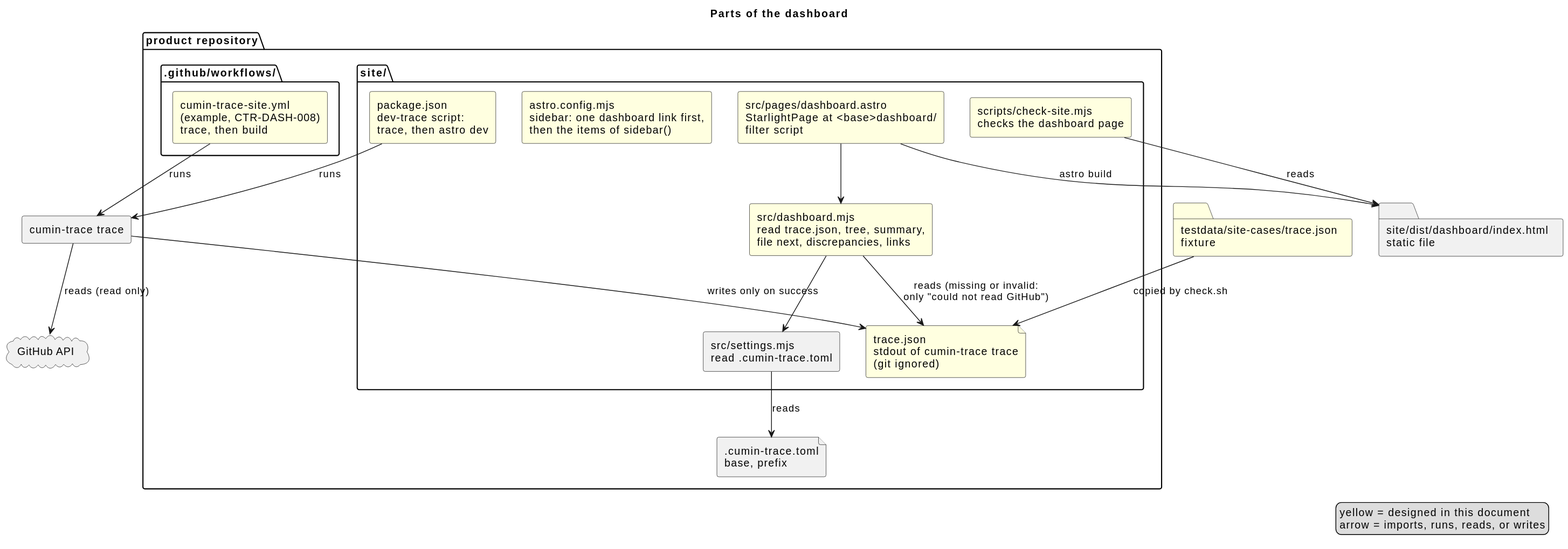
The PlantUML diagram docs/ja/designs/dashboard/dashboard-packages.svg in cloveclovedev/cumin-trace, before a commit.
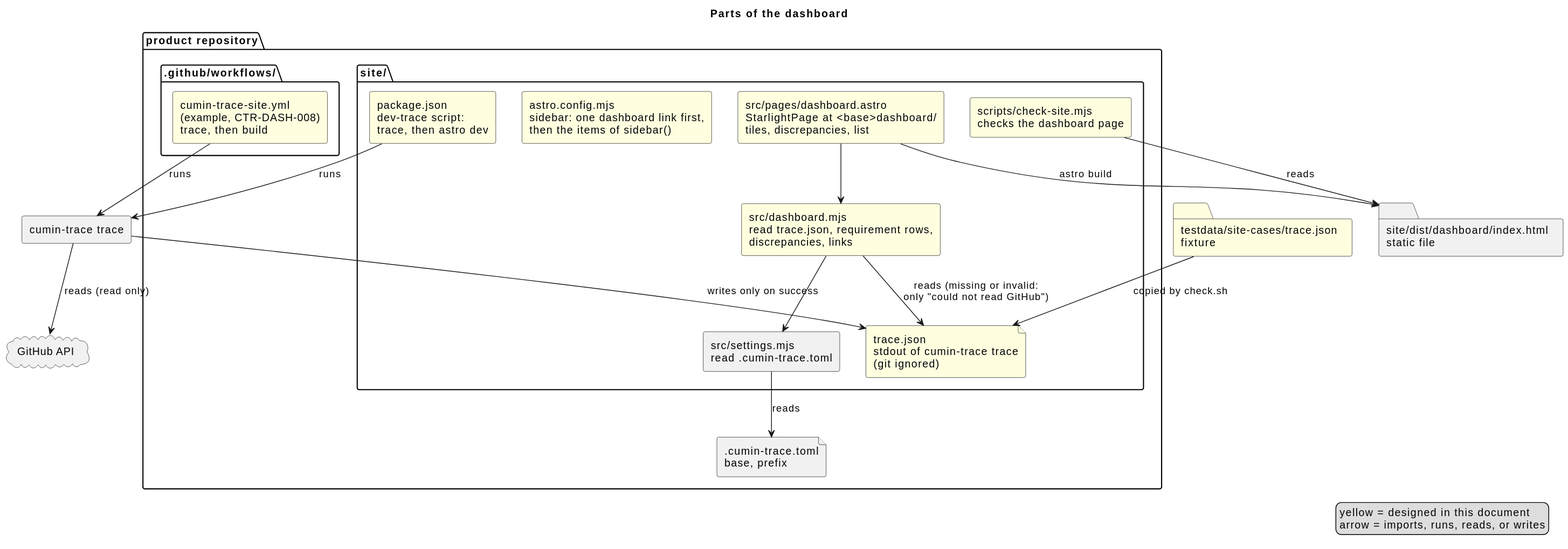
After the change.

Diff of the diagram source:
```diff
@@ -9,8 +9,8 @@
     file "trace.json\nstdout of cumin-trace trace\n(git ignored)" as trace #LightYellow
     [package.json\ndev-trace script:\ntrace, then astro dev] as pkg #LightYellow
     [astro.config.mjs\nsidebar: one dashboard link first,\nthen the items of sidebar()] as config #LightYellow
-    [src/dashboard.mjs\nread trace.json, tree, summary,\nfile next, discrepancies, links] as dash #LightYellow
-    [src/pages/dashboard.astro\nStarlightPage at <base>dashboard/\nfilter script] as page #LightYellow
+    [src/dashboard.mjs\nread trace.json, requirement rows,\ndiscrepancies, links] as dash #LightYellow
+    [src/pages/dashboard.astro\nStarlightPage at <base>dashboard/\ntiles, discrepancies, list] as page #LightYellow
     [src/settings.mjs\nread .cumin-trace.toml] as settings
     [scripts/check-site.mjs\nchecks the dashboard page] as check #LightYellow
   }
```
